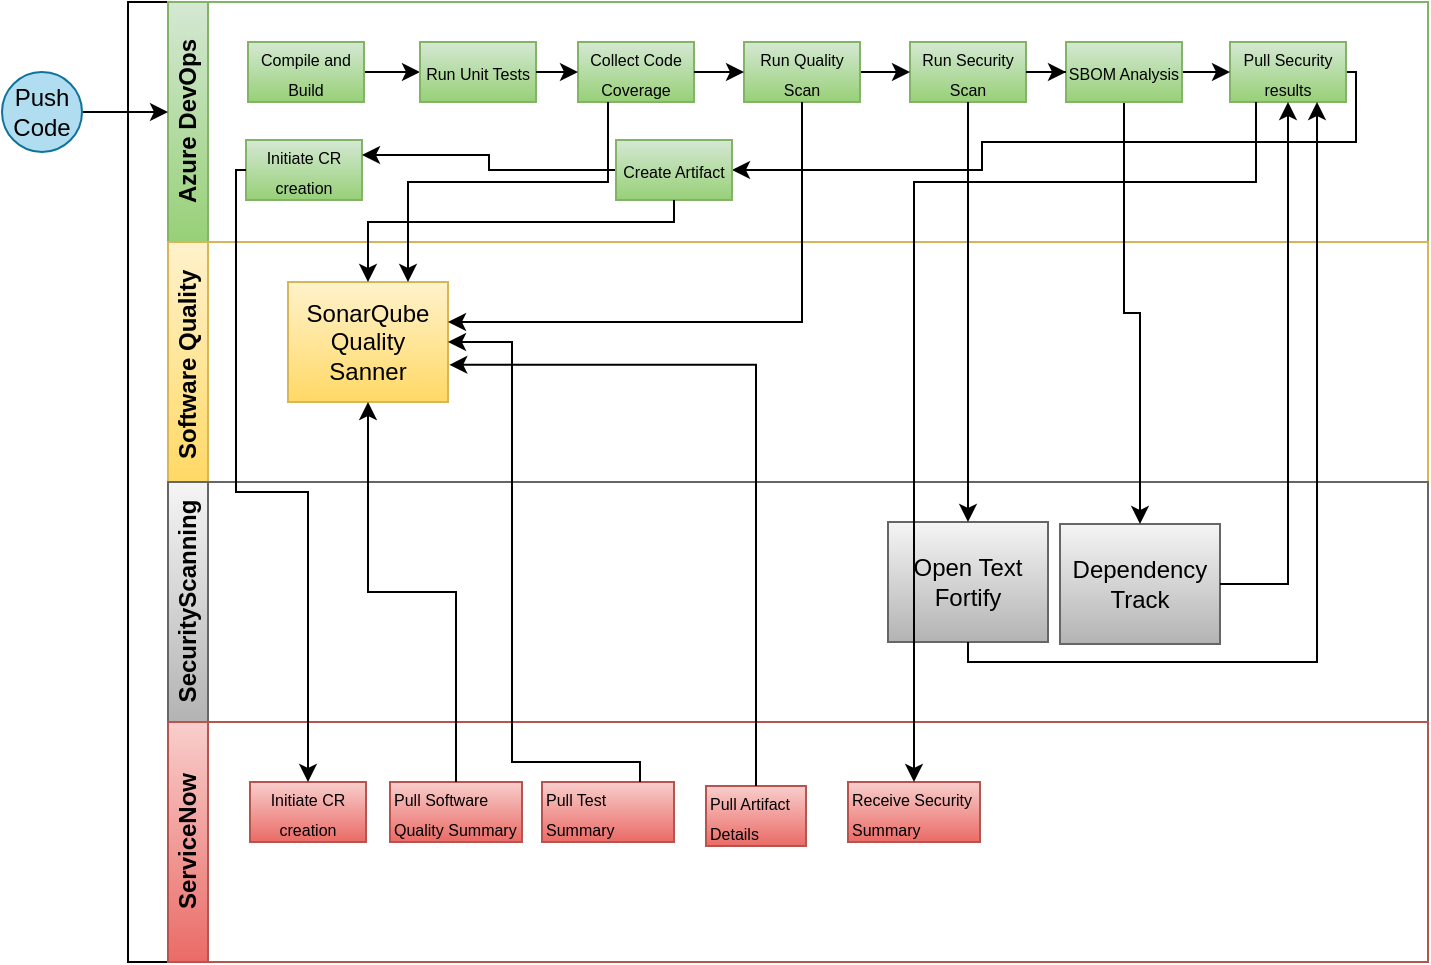
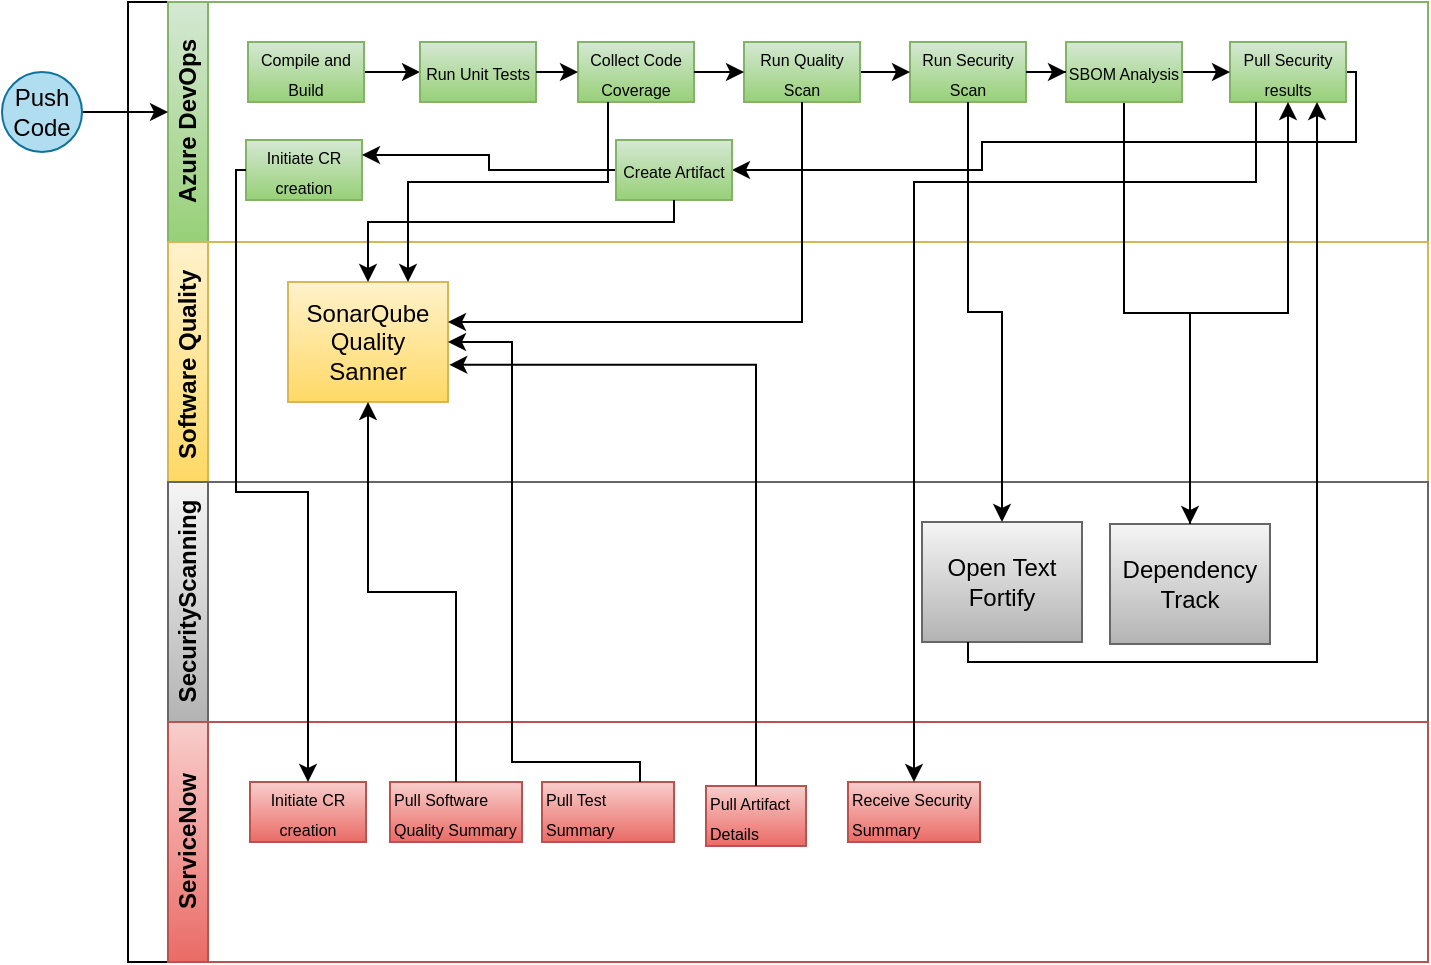
<mxfile host="app.diagrams.net">
  <diagram id="prtHgNgQTEPvFCAcTncT" name="Page-1">
    <mxGraphModel dx="1119" dy="426" grid="1" gridSize="10" guides="1" tooltips="1" connect="1" arrows="1" fold="1" page="1" pageScale="1" pageWidth="827" pageHeight="1169" math="0" shadow="0">
      <root>
        <mxCell id="0" />
        <mxCell id="1" parent="0" />
        <mxCell id="dNxyNK7c78bLwvsdeMH5-19" parent="1" style="swimlane;html=1;childLayout=stackLayout;resizeParent=1;resizeParentMax=0;horizontal=0;startSize=20;horizontalStack=0;overflow=fill;" value="" vertex="1">
          <mxGeometry height="480" width="650" x="66" y="120" as="geometry">
            <mxRectangle height="50" width="40" x="120" y="120" as="alternateBounds" />
          </mxGeometry>
        </mxCell>
        <mxCell id="dNxyNK7c78bLwvsdeMH5-20" parent="dNxyNK7c78bLwvsdeMH5-19" style="swimlane;html=1;startSize=20;horizontal=0;fillColor=#d5e8d4;gradientColor=#97d077;strokeColor=#82b366;" value="Azure DevOps" vertex="1">
          <mxGeometry height="120" width="630" x="20" as="geometry" />
        </mxCell>
        <mxCell id="WelD7rZPP2jmH1qSRasH-19" edge="1" parent="dNxyNK7c78bLwvsdeMH5-20" source="dNxyNK7c78bLwvsdeMH5-23" style="edgeStyle=orthogonalEdgeStyle;rounded=0;orthogonalLoop=1;jettySize=auto;html=1;entryX=0;entryY=0.25;entryDx=0;entryDy=0;">
          <mxGeometry relative="1" as="geometry">
            <mxPoint y="55" as="targetPoint" />
          </mxGeometry>
        </mxCell>
        <mxCell id="dNxyNK7c78bLwvsdeMH5-23" parent="dNxyNK7c78bLwvsdeMH5-20" style="ellipse;whiteSpace=wrap;html=1;fillColor=#b1ddf0;strokeColor=#10739e;" value="Push Code" vertex="1">
          <mxGeometry height="40" width="40" x="-83" y="35" as="geometry" />
        </mxCell>
        <mxCell id="WelD7rZPP2jmH1qSRasH-2" edge="1" parent="dNxyNK7c78bLwvsdeMH5-20" source="dNxyNK7c78bLwvsdeMH5-24" style="edgeStyle=orthogonalEdgeStyle;rounded=0;orthogonalLoop=1;jettySize=auto;html=1;" target="WelD7rZPP2jmH1qSRasH-1" value="">
          <mxGeometry relative="1" as="geometry" />
        </mxCell>
        <mxCell id="dNxyNK7c78bLwvsdeMH5-24" parent="dNxyNK7c78bLwvsdeMH5-20" style="rounded=0;whiteSpace=wrap;html=1;fontFamily=Helvetica;fontSize=12;align=center;fillColor=#d5e8d4;gradientColor=#97d077;strokeColor=#82b366;" value="&lt;font style=&quot;font-size: 8px;&quot;&gt;Compile and Build&lt;/font&gt;" vertex="1">
          <mxGeometry height="30" width="58" x="40" y="20" as="geometry" />
        </mxCell>
        <mxCell id="dNxyNK7c78bLwvsdeMH5-33" edge="1" parent="dNxyNK7c78bLwvsdeMH5-20" style="edgeStyle=orthogonalEdgeStyle;rounded=0;orthogonalLoop=1;jettySize=auto;html=1;endArrow=classic;endFill=1;" target="dNxyNK7c78bLwvsdeMH5-32" value="">
          <mxGeometry relative="1" as="geometry">
            <mxPoint x="461" y="60" as="sourcePoint" />
          </mxGeometry>
        </mxCell>
        <mxCell id="WelD7rZPP2jmH1qSRasH-1" parent="dNxyNK7c78bLwvsdeMH5-20" style="rounded=0;whiteSpace=wrap;html=1;fontFamily=Helvetica;fontSize=12;align=center;fillColor=#d5e8d4;gradientColor=#97d077;strokeColor=#82b366;" value="&lt;font style=&quot;font-size: 8px;&quot;&gt;Run Unit Tests&lt;/font&gt;" vertex="1">
          <mxGeometry height="30" width="58" x="126" y="20" as="geometry" />
        </mxCell>
        <mxCell id="WelD7rZPP2jmH1qSRasH-3" parent="dNxyNK7c78bLwvsdeMH5-20" style="rounded=0;whiteSpace=wrap;html=1;fontFamily=Helvetica;fontSize=12;align=center;fillColor=#d5e8d4;gradientColor=#97d077;strokeColor=#82b366;" value="&lt;font style=&quot;font-size: 8px;&quot;&gt;Run Security Scan&lt;/font&gt;" vertex="1">
          <mxGeometry height="30" width="58" x="371" y="20" as="geometry" />
        </mxCell>
        <mxCell id="WelD7rZPP2jmH1qSRasH-6" edge="1" parent="dNxyNK7c78bLwvsdeMH5-20" source="WelD7rZPP2jmH1qSRasH-4" style="edgeStyle=orthogonalEdgeStyle;rounded=0;orthogonalLoop=1;jettySize=auto;html=1;" target="WelD7rZPP2jmH1qSRasH-3" value="">
          <mxGeometry relative="1" as="geometry" />
        </mxCell>
        <mxCell id="WelD7rZPP2jmH1qSRasH-4" parent="dNxyNK7c78bLwvsdeMH5-20" style="rounded=0;whiteSpace=wrap;html=1;fontFamily=Helvetica;fontSize=12;align=center;fillColor=#d5e8d4;strokeColor=#82b366;gradientColor=#97d077;" value="&lt;font style=&quot;font-size: 8px;&quot;&gt;Run Quality Scan&lt;/font&gt;" vertex="1">
          <mxGeometry height="30" width="58" x="288" y="20" as="geometry" />
        </mxCell>
        <mxCell id="WelD7rZPP2jmH1qSRasH-10" parent="dNxyNK7c78bLwvsdeMH5-20" style="rounded=0;whiteSpace=wrap;html=1;fontFamily=Helvetica;fontSize=12;align=center;fillColor=#d5e8d4;strokeColor=#82b366;gradientColor=#97d077;" value="&lt;font style=&quot;font-size: 8px;&quot;&gt;Collect Code Coverage&lt;/font&gt;" vertex="1">
          <mxGeometry height="30" width="58" x="205" y="20" as="geometry" />
        </mxCell>
        <mxCell id="WelD7rZPP2jmH1qSRasH-12" edge="1" parent="dNxyNK7c78bLwvsdeMH5-20" source="WelD7rZPP2jmH1qSRasH-10" style="edgeStyle=orthogonalEdgeStyle;rounded=0;orthogonalLoop=1;jettySize=auto;html=1;" target="WelD7rZPP2jmH1qSRasH-4" value="">
          <mxGeometry relative="1" as="geometry" />
        </mxCell>
        <mxCell id="WelD7rZPP2jmH1qSRasH-13" edge="1" parent="dNxyNK7c78bLwvsdeMH5-20" source="WelD7rZPP2jmH1qSRasH-1" style="edgeStyle=orthogonalEdgeStyle;rounded=0;orthogonalLoop=1;jettySize=auto;html=1;" target="WelD7rZPP2jmH1qSRasH-10" value="">
          <mxGeometry relative="1" as="geometry" />
        </mxCell>
        <mxCell id="WelD7rZPP2jmH1qSRasH-62" edge="1" parent="dNxyNK7c78bLwvsdeMH5-20" source="WelD7rZPP2jmH1qSRasH-30" style="edgeStyle=orthogonalEdgeStyle;rounded=0;orthogonalLoop=1;jettySize=auto;html=1;entryX=1;entryY=0.5;entryDx=0;entryDy=0;" target="WelD7rZPP2jmH1qSRasH-61">
          <mxGeometry relative="1" as="geometry">
            <Array as="points">
              <mxPoint x="594" y="35" />
              <mxPoint x="594" y="70" />
              <mxPoint x="407" y="70" />
              <mxPoint x="407" y="84" />
            </Array>
          </mxGeometry>
        </mxCell>
        <mxCell id="WelD7rZPP2jmH1qSRasH-30" parent="dNxyNK7c78bLwvsdeMH5-20" style="rounded=0;whiteSpace=wrap;html=1;fontFamily=Helvetica;fontSize=12;align=center;fillColor=#d5e8d4;gradientColor=#97d077;strokeColor=#82b366;" value="&lt;font style=&quot;font-size: 8px;&quot;&gt;Pull Security results&lt;/font&gt;" vertex="1">
          <mxGeometry height="30" width="58" x="531" y="20" as="geometry" />
        </mxCell>
        <mxCell id="WelD7rZPP2jmH1qSRasH-47" parent="dNxyNK7c78bLwvsdeMH5-20" style="rounded=0;whiteSpace=wrap;html=1;fontFamily=Helvetica;fontSize=12;align=center;fillColor=#d5e8d4;gradientColor=#97d077;strokeColor=#82b366;" value="&lt;font style=&quot;font-size: 8px;&quot;&gt;Initiate CR creation&lt;/font&gt;" vertex="1">
          <mxGeometry height="30" width="58" x="39" y="69" as="geometry" />
        </mxCell>
        <mxCell id="WelD7rZPP2jmH1qSRasH-63" edge="1" parent="dNxyNK7c78bLwvsdeMH5-20" source="WelD7rZPP2jmH1qSRasH-61" style="edgeStyle=orthogonalEdgeStyle;rounded=0;orthogonalLoop=1;jettySize=auto;html=1;entryX=1;entryY=0.25;entryDx=0;entryDy=0;" target="WelD7rZPP2jmH1qSRasH-47" value="">
          <mxGeometry relative="1" as="geometry">
            <mxPoint x="104" y="80" as="targetPoint" />
          </mxGeometry>
        </mxCell>
        <mxCell id="WelD7rZPP2jmH1qSRasH-61" parent="dNxyNK7c78bLwvsdeMH5-20" style="rounded=0;whiteSpace=wrap;html=1;fontFamily=Helvetica;fontSize=12;align=center;fillColor=#d5e8d4;gradientColor=#97d077;strokeColor=#82b366;" value="&lt;font style=&quot;font-size: 8px;&quot;&gt;Create Artifact&lt;/font&gt;" vertex="1">
          <mxGeometry height="30" width="58" x="224" y="69" as="geometry" />
        </mxCell>
        <mxCell id="dNxyNK7c78bLwvsdeMH5-21" parent="dNxyNK7c78bLwvsdeMH5-19" style="swimlane;html=1;startSize=20;horizontal=0;fillColor=#fff2cc;gradientColor=#ffd966;strokeColor=#d6b656;" value="Software Quality&amp;nbsp;" vertex="1">
          <mxGeometry height="120" width="630" x="20" y="120" as="geometry">
            <mxRectangle height="30" width="550" x="20" y="120" as="alternateBounds" />
          </mxGeometry>
        </mxCell>
        <mxCell id="dNxyNK7c78bLwvsdeMH5-26" parent="dNxyNK7c78bLwvsdeMH5-21" style="rounded=0;whiteSpace=wrap;html=1;fontFamily=Helvetica;fontSize=12;align=center;fillColor=#fff2cc;gradientColor=#ffd966;strokeColor=#d6b656;" value="SonarQube Quality Sanner" vertex="1">
          <mxGeometry height="60" width="80" x="60" y="20" as="geometry" />
        </mxCell>
        <mxCell id="dNxyNK7c78bLwvsdeMH5-22" parent="dNxyNK7c78bLwvsdeMH5-19" style="swimlane;html=1;startSize=20;horizontal=0;fillColor=#f5f5f5;gradientColor=#b3b3b3;strokeColor=#666666;" value="SecurityScanning" vertex="1">
          <mxGeometry height="120" width="630" x="20" y="240" as="geometry" />
        </mxCell>
        <mxCell id="dNxyNK7c78bLwvsdeMH5-34" parent="dNxyNK7c78bLwvsdeMH5-22" style="rounded=0;whiteSpace=wrap;html=1;fontFamily=Helvetica;fontSize=12;align=center;fillColor=#f5f5f5;gradientColor=#b3b3b3;strokeColor=#666666;" value="Open Text Fortify" vertex="1">
-           <mxGeometry height="60" width="80" x="360" y="20" as="geometry" />
+           <mxGeometry height="60" width="80" x="377" y="20" as="geometry" />
        </mxCell>
        <mxCell id="WelD7rZPP2jmH1qSRasH-37" parent="dNxyNK7c78bLwvsdeMH5-22" style="rounded=0;whiteSpace=wrap;html=1;fontFamily=Helvetica;fontSize=12;align=center;fillColor=#f5f5f5;gradientColor=#b3b3b3;strokeColor=#666666;" value="Dependency Track" vertex="1">
-           <mxGeometry height="60" width="80" x="446" y="21" as="geometry" />
+           <mxGeometry height="60" width="80" x="471" y="21" as="geometry" />
        </mxCell>
        <mxCell id="WelD7rZPP2jmH1qSRasH-43" parent="dNxyNK7c78bLwvsdeMH5-19" style="swimlane;html=1;startSize=20;horizontal=0;fillColor=#f8cecc;gradientColor=#ea6b66;strokeColor=#b85450;" value="ServiceNow" vertex="1">
          <mxGeometry height="120" width="630" x="20" y="360" as="geometry" />
        </mxCell>
        <mxCell id="WelD7rZPP2jmH1qSRasH-51" parent="WelD7rZPP2jmH1qSRasH-43" style="rounded=0;whiteSpace=wrap;html=1;fontFamily=Helvetica;fontSize=12;align=center;fillColor=#f8cecc;gradientColor=#ea6b66;strokeColor=#b85450;" value="&lt;font style=&quot;font-size: 8px;&quot;&gt;Initiate CR creation&lt;/font&gt;" vertex="1">
          <mxGeometry height="30" width="58" x="41" y="30" as="geometry" />
        </mxCell>
        <mxCell id="WelD7rZPP2jmH1qSRasH-54" parent="WelD7rZPP2jmH1qSRasH-43" style="rounded=0;whiteSpace=wrap;html=1;fontFamily=Helvetica;fontSize=12;align=left;fillColor=#f8cecc;gradientColor=#ea6b66;strokeColor=#b85450;" value="&lt;font style=&quot;font-size: 8px;&quot;&gt;Pull Software Quality Summary&lt;/font&gt;" vertex="1">
          <mxGeometry height="30" width="66" x="111" y="30" as="geometry" />
        </mxCell>
        <mxCell id="WelD7rZPP2jmH1qSRasH-56" parent="WelD7rZPP2jmH1qSRasH-43" style="rounded=0;whiteSpace=wrap;html=1;fontFamily=Helvetica;fontSize=12;align=left;fillColor=#f8cecc;gradientColor=#ea6b66;strokeColor=#b85450;" value="&lt;font style=&quot;font-size: 8px;&quot;&gt;Receive Security Summary&lt;/font&gt;" vertex="1">
          <mxGeometry height="30" width="66" x="340" y="30" as="geometry" />
        </mxCell>
        <mxCell id="WelD7rZPP2jmH1qSRasH-57" parent="WelD7rZPP2jmH1qSRasH-43" style="rounded=0;whiteSpace=wrap;html=1;fontFamily=Helvetica;fontSize=12;align=left;fillColor=#f8cecc;gradientColor=#ea6b66;strokeColor=#b85450;" value="&lt;font style=&quot;font-size: 8px;&quot;&gt;Pull Test Summary&lt;/font&gt;" vertex="1">
          <mxGeometry height="30" width="66" x="187" y="30" as="geometry" />
        </mxCell>
        <mxCell id="WelD7rZPP2jmH1qSRasH-66" parent="WelD7rZPP2jmH1qSRasH-43" style="rounded=0;whiteSpace=wrap;html=1;fontFamily=Helvetica;fontSize=12;align=left;fillColor=#f8cecc;gradientColor=#ea6b66;strokeColor=#b85450;" value="&lt;font style=&quot;font-size: 8px;&quot;&gt;Pull Artifact Details&lt;/font&gt;" vertex="1">
          <mxGeometry height="30" width="50" x="269" y="32" as="geometry" />
        </mxCell>
        <mxCell id="WelD7rZPP2jmH1qSRasH-15" edge="1" parent="dNxyNK7c78bLwvsdeMH5-19" source="WelD7rZPP2jmH1qSRasH-10" style="edgeStyle=orthogonalEdgeStyle;rounded=0;orthogonalLoop=1;jettySize=auto;html=1;entryX=0.75;entryY=0;entryDx=0;entryDy=0;" target="dNxyNK7c78bLwvsdeMH5-26">
          <mxGeometry relative="1" as="geometry">
            <Array as="points">
              <mxPoint x="240" y="90" />
              <mxPoint x="140" y="90" />
            </Array>
          </mxGeometry>
        </mxCell>
        <mxCell id="WelD7rZPP2jmH1qSRasH-16" edge="1" parent="dNxyNK7c78bLwvsdeMH5-19" source="WelD7rZPP2jmH1qSRasH-4" style="edgeStyle=orthogonalEdgeStyle;rounded=0;orthogonalLoop=1;jettySize=auto;html=1;entryX=1;entryY=0.333;entryDx=0;entryDy=0;entryPerimeter=0;" target="dNxyNK7c78bLwvsdeMH5-26">
          <mxGeometry relative="1" as="geometry">
            <Array as="points">
              <mxPoint x="337" y="160" />
            </Array>
          </mxGeometry>
        </mxCell>
        <mxCell id="WelD7rZPP2jmH1qSRasH-27" edge="1" parent="dNxyNK7c78bLwvsdeMH5-19" source="WelD7rZPP2jmH1qSRasH-3" style="edgeStyle=orthogonalEdgeStyle;rounded=0;orthogonalLoop=1;jettySize=auto;html=1;entryX=0.5;entryY=0;entryDx=0;entryDy=0;" target="dNxyNK7c78bLwvsdeMH5-34">
          <mxGeometry relative="1" as="geometry" />
        </mxCell>
        <mxCell id="WelD7rZPP2jmH1qSRasH-45" edge="1" parent="dNxyNK7c78bLwvsdeMH5-19" source="WelD7rZPP2jmH1qSRasH-37" style="edgeStyle=orthogonalEdgeStyle;rounded=0;orthogonalLoop=1;jettySize=auto;html=1;entryX=0.5;entryY=1;entryDx=0;entryDy=0;" target="WelD7rZPP2jmH1qSRasH-30">
          <mxGeometry relative="1" as="geometry" />
        </mxCell>
        <mxCell id="WelD7rZPP2jmH1qSRasH-46" edge="1" parent="dNxyNK7c78bLwvsdeMH5-19" source="dNxyNK7c78bLwvsdeMH5-34" style="edgeStyle=orthogonalEdgeStyle;rounded=0;orthogonalLoop=1;jettySize=auto;html=1;entryX=0.75;entryY=1;entryDx=0;entryDy=0;" target="WelD7rZPP2jmH1qSRasH-30">
          <mxGeometry relative="1" as="geometry">
            <Array as="points">
              <mxPoint x="420" y="330" />
              <mxPoint x="595" y="330" />
            </Array>
          </mxGeometry>
        </mxCell>
        <mxCell id="WelD7rZPP2jmH1qSRasH-53" edge="1" parent="dNxyNK7c78bLwvsdeMH5-19" source="WelD7rZPP2jmH1qSRasH-47" style="edgeStyle=orthogonalEdgeStyle;rounded=0;orthogonalLoop=1;jettySize=auto;html=1;entryX=0.5;entryY=0;entryDx=0;entryDy=0;" target="WelD7rZPP2jmH1qSRasH-51">
          <mxGeometry relative="1" as="geometry">
            <Array as="points">
              <mxPoint x="54" y="84" />
              <mxPoint x="54" y="245" />
              <mxPoint x="90" y="245" />
            </Array>
          </mxGeometry>
        </mxCell>
        <mxCell id="WelD7rZPP2jmH1qSRasH-55" edge="1" parent="dNxyNK7c78bLwvsdeMH5-19" source="WelD7rZPP2jmH1qSRasH-54" style="edgeStyle=orthogonalEdgeStyle;rounded=0;orthogonalLoop=1;jettySize=auto;html=1;entryX=0.5;entryY=1;entryDx=0;entryDy=0;" target="dNxyNK7c78bLwvsdeMH5-26">
          <mxGeometry relative="1" as="geometry" />
        </mxCell>
        <mxCell id="WelD7rZPP2jmH1qSRasH-59" edge="1" parent="dNxyNK7c78bLwvsdeMH5-19" source="WelD7rZPP2jmH1qSRasH-57" style="edgeStyle=orthogonalEdgeStyle;rounded=0;orthogonalLoop=1;jettySize=auto;html=1;entryX=1;entryY=0.5;entryDx=0;entryDy=0;" target="dNxyNK7c78bLwvsdeMH5-26">
          <mxGeometry relative="1" as="geometry">
            <Array as="points">
              <mxPoint x="256" y="380" />
              <mxPoint x="192" y="380" />
              <mxPoint x="192" y="170" />
            </Array>
          </mxGeometry>
        </mxCell>
        <mxCell id="WelD7rZPP2jmH1qSRasH-60" edge="1" parent="dNxyNK7c78bLwvsdeMH5-19" style="edgeStyle=orthogonalEdgeStyle;rounded=0;orthogonalLoop=1;jettySize=auto;html=1;" target="WelD7rZPP2jmH1qSRasH-56">
          <mxGeometry relative="1" as="geometry">
            <Array as="points">
              <mxPoint x="564" y="50" />
              <mxPoint x="564" y="90" />
              <mxPoint x="393" y="90" />
            </Array>
            <mxPoint x="564" y="50" as="sourcePoint" />
          </mxGeometry>
        </mxCell>
        <mxCell id="WelD7rZPP2jmH1qSRasH-67" edge="1" parent="dNxyNK7c78bLwvsdeMH5-19" source="WelD7rZPP2jmH1qSRasH-61" style="edgeStyle=orthogonalEdgeStyle;rounded=0;orthogonalLoop=1;jettySize=auto;html=1;entryX=0.5;entryY=0;entryDx=0;entryDy=0;" target="dNxyNK7c78bLwvsdeMH5-26">
          <mxGeometry relative="1" as="geometry">
            <Array as="points">
              <mxPoint x="273" y="110" />
              <mxPoint x="120" y="110" />
            </Array>
          </mxGeometry>
        </mxCell>
        <mxCell id="WelD7rZPP2jmH1qSRasH-69" edge="1" parent="dNxyNK7c78bLwvsdeMH5-19" source="WelD7rZPP2jmH1qSRasH-66" style="edgeStyle=orthogonalEdgeStyle;rounded=0;orthogonalLoop=1;jettySize=auto;html=1;entryX=1.008;entryY=0.69;entryDx=0;entryDy=0;entryPerimeter=0;" target="dNxyNK7c78bLwvsdeMH5-26">
          <mxGeometry relative="1" as="geometry">
            <Array as="points">
              <mxPoint x="314" y="181" />
            </Array>
          </mxGeometry>
        </mxCell>
        <mxCell id="WelD7rZPP2jmH1qSRasH-39" edge="1" parent="1" source="WelD7rZPP2jmH1qSRasH-35" style="edgeStyle=orthogonalEdgeStyle;rounded=0;orthogonalLoop=1;jettySize=auto;html=1;entryX=0.5;entryY=0;entryDx=0;entryDy=0;" target="WelD7rZPP2jmH1qSRasH-37">
          <mxGeometry relative="1" as="geometry" />
        </mxCell>
        <mxCell id="WelD7rZPP2jmH1qSRasH-44" edge="1" parent="1" source="WelD7rZPP2jmH1qSRasH-35" style="edgeStyle=orthogonalEdgeStyle;rounded=0;orthogonalLoop=1;jettySize=auto;html=1;" target="WelD7rZPP2jmH1qSRasH-30" value="">
          <mxGeometry relative="1" as="geometry" />
        </mxCell>
        <mxCell id="WelD7rZPP2jmH1qSRasH-35" parent="1" style="rounded=0;whiteSpace=wrap;html=1;fontFamily=Helvetica;fontSize=12;align=center;fillColor=#d5e8d4;gradientColor=#97d077;strokeColor=#82b366;" value="&lt;font style=&quot;font-size: 8px;&quot;&gt;SBOM Analysis&lt;/font&gt;" vertex="1">
          <mxGeometry height="30" width="58" x="535" y="140" as="geometry" />
        </mxCell>
        <mxCell id="WelD7rZPP2jmH1qSRasH-36" edge="1" parent="1" source="WelD7rZPP2jmH1qSRasH-3" style="edgeStyle=orthogonalEdgeStyle;rounded=0;orthogonalLoop=1;jettySize=auto;html=1;" target="WelD7rZPP2jmH1qSRasH-35" value="">
          <mxGeometry relative="1" as="geometry" />
        </mxCell>
      </root>
    </mxGraphModel>
  </diagram>
</mxfile>
